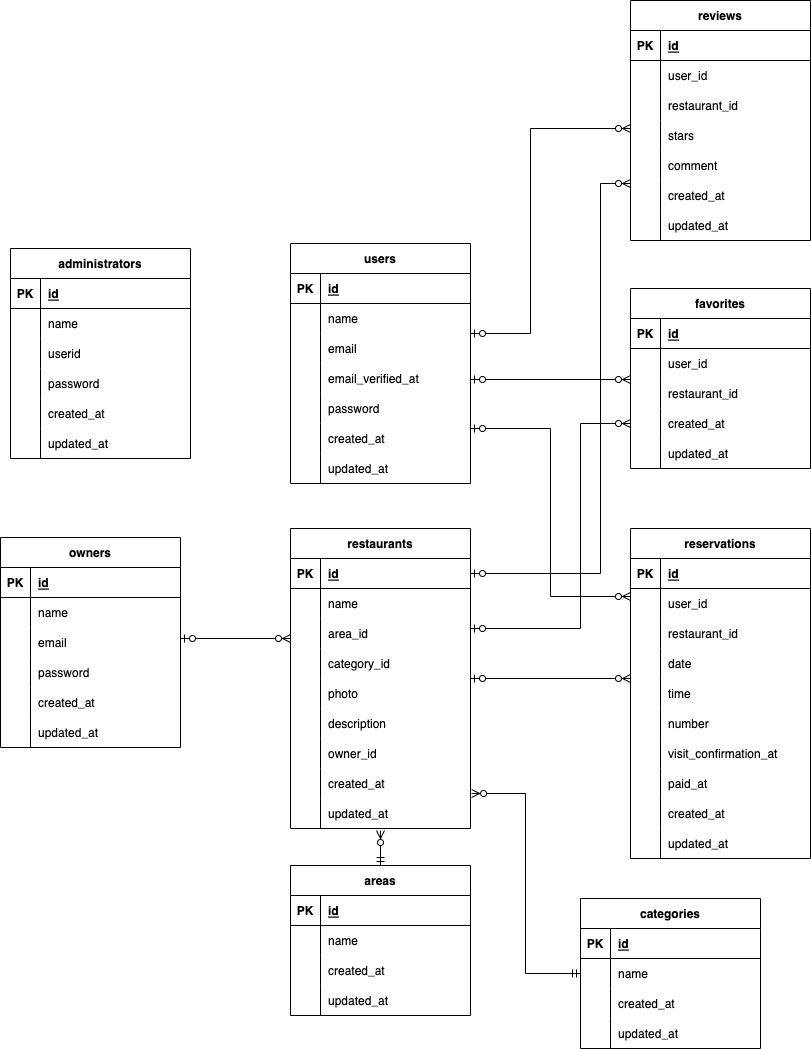
chie-ichi/protest keeps this draw.io diagram as src/resources/docs/er_diagram.drawio.png. Above is the earlier version. Source tidied: cells renumbered, new cells last; positions are measured from the earlier drawing's top-left corner, leaving out a move shared by most shapes.
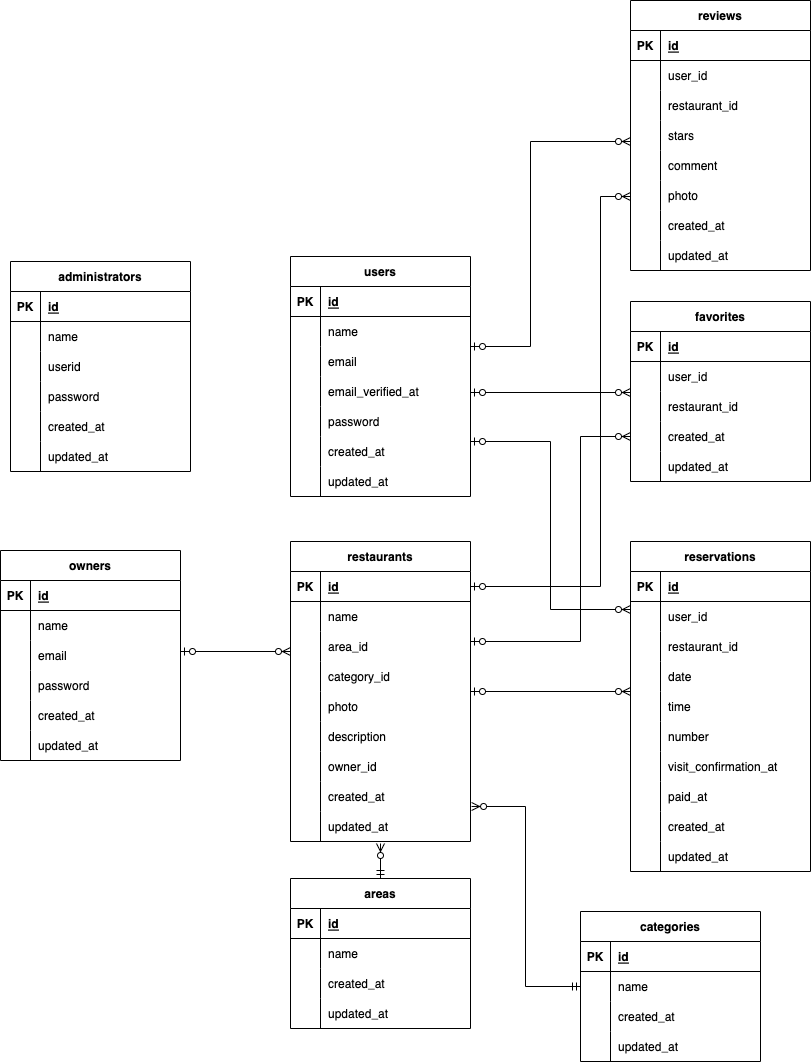
The same file after the commit.

Commit message:
update: ER図のreviewsテーブルを修正

Change to the diagram source:
```diff
@@ -411,7 +411,7 @@
       </mxGeometry>
     </mxCell>
     <mxCell id="131" value="reviews" style="shape=table;startSize=30;rowLines=0;fontStyle=1;align=center;" parent="1" vertex="1">
-      <mxGeometry x="630" width="180" height="240" as="geometry" />
+      <mxGeometry x="630" y="-13" width="180" height="270" as="geometry" />
     </mxCell>
     <mxCell id="132" style="shape=tableRow;horizontal=0;startSize=0;swimlaneHead=0;swimlaneBody=0;fillColor=none;top=0;left=0;right=0;bottom=1;" parent="131" vertex="1">
       <mxGeometry y="30" width="180" height="30" as="geometry" />
@@ -458,8 +458,17 @@
     <mxCell id="146" value="comment" style="shape=partialRectangle;fillColor=none;top=0;left=0;bottom=0;right=0;align=left;spacingLeft=6;overflow=hidden;" parent="144" vertex="1">
       <mxGeometry x="30" width="150" height="30" as="geometry" />
     </mxCell>
+    <mxCell id="194" style="shape=tableRow;horizontal=0;startSize=0;swimlaneHead=0;swimlaneBody=0;fillColor=none;top=0;left=0;right=0;bottom=0;" parent="131" vertex="1">
+      <mxGeometry y="180" width="180" height="30" as="geometry" />
+    </mxCell>
+    <mxCell id="195" style="shape=partialRectangle;fillColor=none;top=0;left=0;bottom=0;right=0;overflow=hidden;" parent="194" vertex="1">
+      <mxGeometry width="30" height="30" as="geometry" />
+    </mxCell>
+    <mxCell id="196" value="photo" style="shape=partialRectangle;fillColor=none;top=0;left=0;bottom=0;right=0;align=left;spacingLeft=6;overflow=hidden;" parent="194" vertex="1">
+      <mxGeometry x="30" width="150" height="30" as="geometry" />
+    </mxCell>
     <mxCell id="147" style="shape=tableRow;horizontal=0;startSize=0;swimlaneHead=0;swimlaneBody=0;fillColor=none;top=0;left=0;right=0;bottom=0;" parent="131" vertex="1">
-      <mxGeometry y="180" width="180" height="30" as="geometry" />
+      <mxGeometry y="210" width="180" height="30" as="geometry" />
     </mxCell>
     <mxCell id="148" style="shape=partialRectangle;fillColor=none;top=0;left=0;bottom=0;right=0;overflow=hidden;" parent="147" vertex="1">
       <mxGeometry width="30" height="30" as="geometry" />
@@ -468,7 +477,7 @@
       <mxGeometry x="30" width="150" height="30" as="geometry" />
     </mxCell>
     <mxCell id="150" style="shape=tableRow;horizontal=0;startSize=0;swimlaneHead=0;swimlaneBody=0;fillColor=none;top=0;left=0;right=0;bottom=0;" parent="131" vertex="1">
-      <mxGeometry y="210" width="180" height="30" as="geometry" />
+      <mxGeometry y="240" width="180" height="30" as="geometry" />
     </mxCell>
     <mxCell id="151" style="shape=partialRectangle;fillColor=none;top=0;left=0;bottom=0;right=0;overflow=hidden;" parent="150" vertex="1">
       <mxGeometry width="30" height="30" as="geometry" />
```
